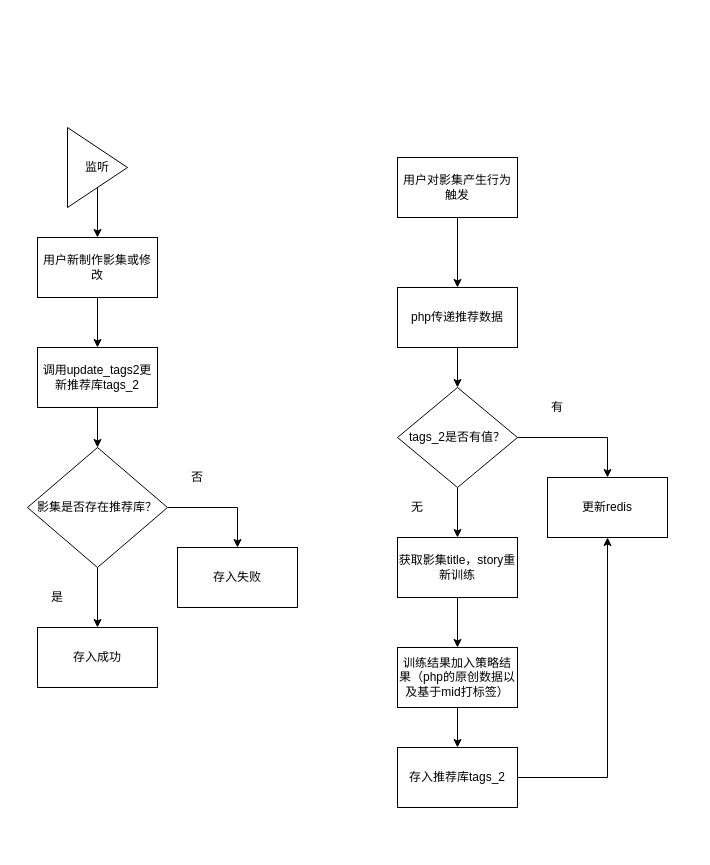
The draw.io diagram 打标签流程梳理.drawio in xuerongchuan/helpers, before the edit. Source tidied: cells renumbered, new cells numbered last; positions are measured from the earlier drawing's top-left corner, leaving out a move shared by most shapes. Both pictures are drawn from the tidied source at 100%, with x=0, y=0 at pixel (27, 127).
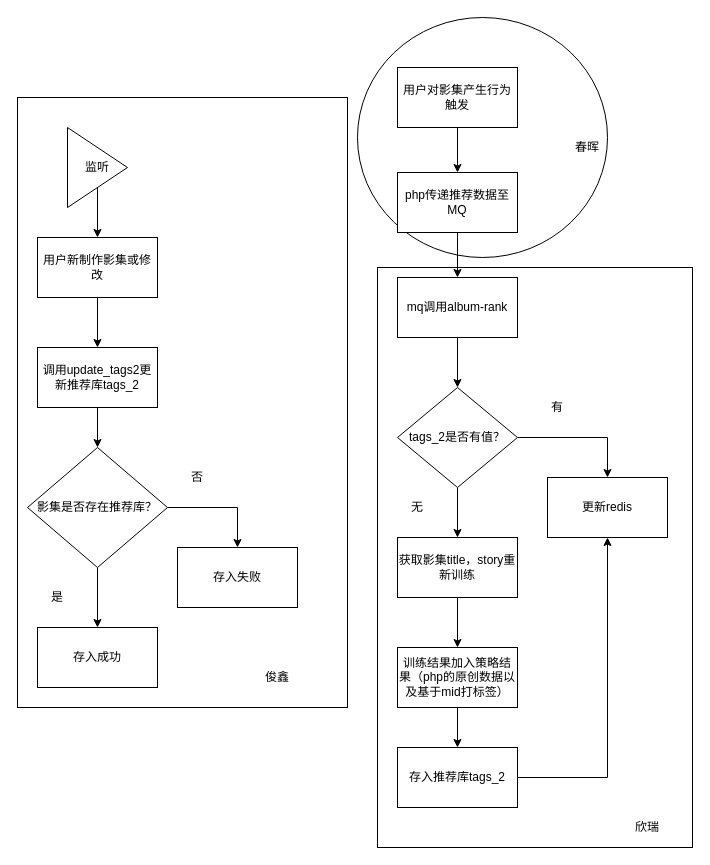
The same page after the edit.

Commit message (it also covers changes not shown here):
Update 打标签流程梳理.drawio

The change refers to these unchanged cells:
```xml
<mxCell id="6" value="tags_2是否有值？" style="rhombus;whiteSpace=wrap;html=1;" parent="1" vertex="1">
  <mxGeometry x="370" y="260" width="120" height="100" as="geometry" />
</mxCell>
```

Diff of the diagram source:
```diff
@@
-    <mxCell id="2" style="edgeStyle=orthogonalEdgeStyle;rounded=0;jettySize=auto;html=1;" parent="1" edge="1" source="3" target="6">
-      <mxGeometry relative="1" as="geometry" />
-    </mxCell>
+    <mxCell id="31" style="rounded=0;whiteSpace=wrap;html=1;" parent="1" vertex="1">
+      <mxGeometry x="-10" y="-30" width="330" height="610" as="geometry" />
+    </mxCell>
+    <mxCell id="32" style="rounded=0;whiteSpace=wrap;html=1;" parent="1" vertex="1">
+      <mxGeometry x="350" y="140" width="315" height="580" as="geometry" />
+    </mxCell>
+    <mxCell id="33" style="ellipse;whiteSpace=wrap;html=1;" parent="1" vertex="1">
+      <mxGeometry x="330" y="-110" width="250" height="240" as="geometry" />
+    </mxCell>
+    <mxCell id="34" style="edgeStyle=orthogonalEdgeStyle;rounded=0;jettySize=auto;html=1;" parent="1" edge="1" source="3" target="36">
+      <mxGeometry relative="1" as="geometry" />
+    </mxCell>
-    <mxCell id="3" value="php传递推荐数据" style="rounded=0;whiteSpace=wrap;html=1;" parent="1" vertex="1">
-      <mxGeometry x="370" y="160" width="120" height="60" as="geometry" />
+    <mxCell id="3" value="php传递推荐数据至MQ" style="rounded=0;whiteSpace=wrap;html=1;" parent="1" vertex="1">
+      <mxGeometry x="370" y="45" width="120" height="60" as="geometry" />
     </mxCell>
@@
     <mxCell id="16" value="用户对影集产生行为触发" style="rounded=0;whiteSpace=wrap;html=1;" parent="1" vertex="1">
-      <mxGeometry x="370" y="30" width="120" height="60" as="geometry" />
+      <mxGeometry x="370" y="-60" width="120" height="60" as="geometry" />
     </mxCell>
@@
+    <mxCell id="35" style="edgeStyle=orthogonalEdgeStyle;rounded=0;jettySize=auto;html=1;" parent="1" edge="1" source="36" target="6">
+      <mxGeometry relative="1" as="geometry" />
+    </mxCell>
+    <mxCell id="36" value="mq调用album-rank" style="rounded=0;whiteSpace=wrap;html=1;" parent="1" vertex="1">
+      <mxGeometry x="370" y="150" width="120" height="60" as="geometry" />
+    </mxCell>
+    <mxCell id="37" value="春晖" style="text;html=1;strokeColor=none;fillColor=none;align=center;verticalAlign=middle;whiteSpace=wrap;rounded=0;" parent="1" vertex="1">
+      <mxGeometry x="540" y="10" width="40" height="20" as="geometry" />
+    </mxCell>
+    <mxCell id="38" value="欣瑞" style="text;html=1;strokeColor=none;fillColor=none;align=center;verticalAlign=middle;whiteSpace=wrap;rounded=0;" parent="1" vertex="1">
+      <mxGeometry x="600" y="690" width="40" height="20" as="geometry" />
+    </mxCell>
+    <mxCell id="39" value="俊鑫" style="text;html=1;strokeColor=none;fillColor=none;align=center;verticalAlign=middle;whiteSpace=wrap;rounded=0;" parent="1" vertex="1">
+      <mxGeometry x="230" y="540" width="40" height="20" as="geometry" />
+    </mxCell>
```
